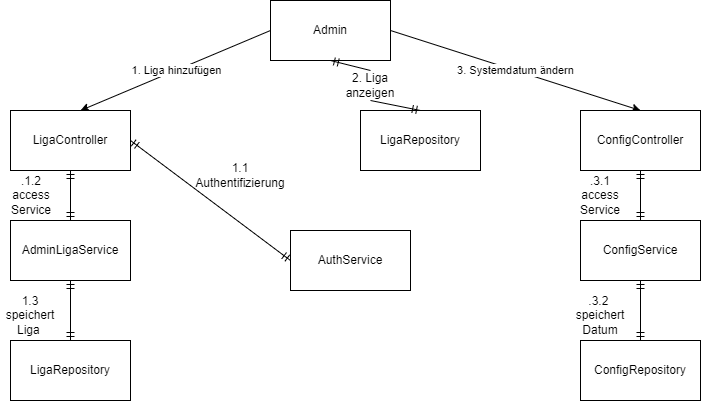
The draw.io diagram V3/Kommunikationsdiagramm_Admin.png in alexgrebe/Kicktipp_project, before a commit. Source tidied: cells renumbered, new cells last; positions are measured from the earlier drawing's top-left corner, leaving out a move shared by most shapes. The source it was exported from:
```xml
<mxGraphModel>
  <root>
    <mxCell id="0" />
    <mxCell id="1" parent="0" />
    <mxCell id="2" value="Admin" style="rounded=0;whiteSpace=wrap;html=1;" parent="1" vertex="1">
      <mxGeometry x="270" width="120" height="60" as="geometry" />
    </mxCell>
    <mxCell id="3" style="endArrow=classic;html=1;rounded=0;exitX=0;exitY=0.5;exitDx=0;exitDy=0;" parent="1" edge="1">
      <mxGeometry relative="1" as="geometry">
        <mxPoint x="270" y="30" as="sourcePoint" />
        <mxPoint x="80" y="110" as="targetPoint" />
      </mxGeometry>
    </mxCell>
    <mxCell id="4" value="1. Liga hinzufügen" style="edgeLabel;html=1;align=center;verticalAlign=middle;" parent="3" vertex="1">
      <mxGeometry relative="1" as="geometry" />
    </mxCell>
    <mxCell id="5" value="LigaController" style="rounded=0;whiteSpace=wrap;html=1;" parent="1" vertex="1">
      <mxGeometry x="10" y="110" width="120" height="60" as="geometry" />
    </mxCell>
    <mxCell id="6" value="AdminLigaService" style="rounded=0;whiteSpace=wrap;html=1;" parent="1" vertex="1">
      <mxGeometry x="10" y="220" width="120" height="60" as="geometry" />
    </mxCell>
    <mxCell id="7" value="LigaRepository" style="rounded=0;whiteSpace=wrap;html=1;" parent="1" vertex="1">
      <mxGeometry x="10" y="340" width="120" height="60" as="geometry" />
    </mxCell>
    <mxCell id="8" value="AuthService" style="rounded=0;whiteSpace=wrap;html=1;" parent="1" vertex="1">
      <mxGeometry x="290" y="230" width="120" height="60" as="geometry" />
    </mxCell>
    <mxCell id="9" style="fontSize=12;html=1;endArrow=ERmandOne;startArrow=ERmandOne;rounded=0;exitX=0.5;exitY=0;exitDx=0;exitDy=0;entryX=0.5;entryY=1;entryDx=0;entryDy=0;" parent="1" edge="1" source="7" target="6">
      <mxGeometry relative="1" as="geometry" />
    </mxCell>
    <mxCell id="10" style="fontSize=12;html=1;endArrow=ERmandOne;startArrow=ERmandOne;rounded=0;exitX=0.5;exitY=0;exitDx=0;exitDy=0;entryX=0.5;entryY=1;entryDx=0;entryDy=0;" parent="1" edge="1" source="6" target="5">
      <mxGeometry relative="1" as="geometry" />
    </mxCell>
    <mxCell id="11" style="fontSize=12;html=1;endArrow=ERmandOne;startArrow=ERmandOne;rounded=0;exitX=1;exitY=0.5;exitDx=0;exitDy=0;entryX=0;entryY=0.5;entryDx=0;entryDy=0;" parent="1" edge="1" source="5" target="8">
      <mxGeometry relative="1" as="geometry" />
    </mxCell>
    <mxCell id="12" style="endArrow=classic;html=1;rounded=0;exitX=1;exitY=0.5;exitDx=0;exitDy=0;entryX=0.5;entryY=0;entryDx=0;entryDy=0;" parent="1" edge="1" source="2" target="14">
      <mxGeometry relative="1" as="geometry" />
    </mxCell>
    <mxCell id="13" value="3. Systemdatum ändern" style="edgeLabel;html=1;align=center;verticalAlign=middle;" parent="12" vertex="1">
      <mxGeometry relative="1" as="geometry" />
    </mxCell>
    <mxCell id="14" value="ConfigController" style="rounded=0;whiteSpace=wrap;html=1;" parent="1" vertex="1">
      <mxGeometry x="580" y="110" width="120" height="60" as="geometry" />
    </mxCell>
    <mxCell id="15" value="ConfigService" style="rounded=0;whiteSpace=wrap;html=1;" parent="1" vertex="1">
      <mxGeometry x="580" y="220" width="120" height="60" as="geometry" />
    </mxCell>
    <mxCell id="16" value="ConfigRepository" style="rounded=0;whiteSpace=wrap;html=1;" parent="1" vertex="1">
      <mxGeometry x="580" y="340" width="120" height="60" as="geometry" />
    </mxCell>
    <mxCell id="17" style="fontSize=12;html=1;endArrow=ERmandOne;startArrow=ERmandOne;rounded=0;exitX=0.5;exitY=0;exitDx=0;exitDy=0;entryX=0.5;entryY=1;entryDx=0;entryDy=0;" parent="1" edge="1" source="15" target="14">
      <mxGeometry relative="1" as="geometry" />
    </mxCell>
    <mxCell id="18" style="fontSize=12;html=1;endArrow=ERmandOne;startArrow=ERmandOne;rounded=0;exitX=0.5;exitY=0;exitDx=0;exitDy=0;entryX=0.5;entryY=1;entryDx=0;entryDy=0;" parent="1" edge="1" source="16" target="15">
      <mxGeometry relative="1" as="geometry" />
    </mxCell>
    <mxCell id="19" value="LigaRepository" style="rounded=0;whiteSpace=wrap;html=1;" parent="1" vertex="1">
      <mxGeometry x="360" y="110" width="120" height="60" as="geometry" />
    </mxCell>
    <mxCell id="20" style="fontSize=12;html=1;endArrow=ERmandOne;startArrow=none;rounded=0;exitX=0.5;exitY=0;exitDx=0;exitDy=0;entryX=0.5;entryY=1;entryDx=0;entryDy=0;" parent="1" edge="1" source="24" target="2">
      <mxGeometry relative="1" as="geometry" />
    </mxCell>
    <mxCell id="21" value="1.1 Authentifizierung" style="text;html=1;strokeColor=none;fillColor=none;align=center;verticalAlign=middle;whiteSpace=wrap;rounded=0;" parent="1" vertex="1">
      <mxGeometry x="210" y="160" width="60" height="30" as="geometry" />
    </mxCell>
    <mxCell id="22" value=".1.2 access Service" style="text;html=1;strokeColor=none;fillColor=none;align=center;verticalAlign=middle;whiteSpace=wrap;rounded=0;" parent="1" vertex="1">
      <mxGeometry x="1" y="180" width="60" height="30" as="geometry" />
    </mxCell>
    <mxCell id="23" value="1.3 speichert Liga&amp;nbsp;" style="text;html=1;strokeColor=none;fillColor=none;align=center;verticalAlign=middle;whiteSpace=wrap;rounded=0;" parent="1" vertex="1">
      <mxGeometry y="300" width="60" height="30" as="geometry" />
    </mxCell>
    <mxCell id="24" value="2. Liga anzeigen" style="text;html=1;strokeColor=none;fillColor=none;align=center;verticalAlign=middle;whiteSpace=wrap;rounded=0;" parent="1" vertex="1">
      <mxGeometry x="340" y="70" width="60" height="30" as="geometry" />
    </mxCell>
    <mxCell id="25" style="fontSize=12;html=1;endArrow=none;startArrow=ERmandOne;rounded=0;exitX=0.5;exitY=0;exitDx=0;exitDy=0;entryX=0.5;entryY=1;entryDx=0;entryDy=0;" parent="1" edge="1" source="19" target="24">
      <mxGeometry relative="1" as="geometry" />
    </mxCell>
    <mxCell id="26" value=".3.1 access Service" style="text;html=1;strokeColor=none;fillColor=none;align=center;verticalAlign=middle;whiteSpace=wrap;rounded=0;" parent="1" vertex="1">
      <mxGeometry x="570" y="180" width="60" height="30" as="geometry" />
    </mxCell>
    <mxCell id="27" value=".3.2&amp;nbsp;&lt;br&gt;speichert Datum" style="text;html=1;strokeColor=none;fillColor=none;align=center;verticalAlign=middle;whiteSpace=wrap;rounded=0;" parent="1" vertex="1">
      <mxGeometry x="570" y="300" width="60" height="30" as="geometry" />
    </mxCell>
  </root>
</mxGraphModel>
```
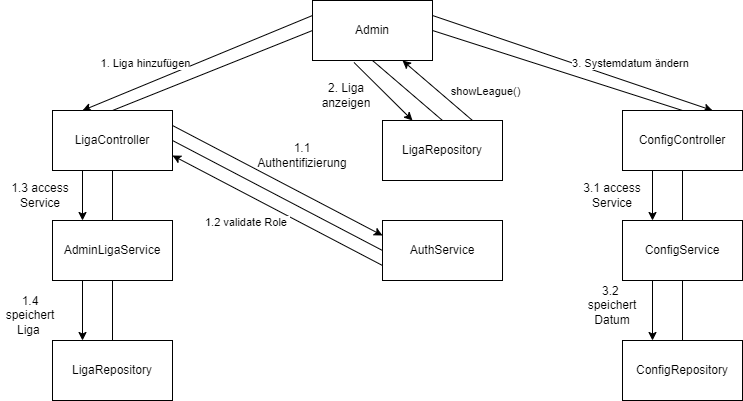
Above is the later version.

The edit, as a diff of the source:
```diff
@@ -5,14 +5,13 @@
     <mxCell id="2" value="Admin" style="rounded=0;whiteSpace=wrap;html=1;" parent="1" vertex="1">
       <mxGeometry x="270" width="120" height="60" as="geometry" />
     </mxCell>
-    <mxCell id="3" style="endArrow=classic;html=1;rounded=0;exitX=0;exitY=0.5;exitDx=0;exitDy=0;" parent="1" edge="1">
-      <mxGeometry relative="1" as="geometry">
-        <mxPoint x="270" y="30" as="sourcePoint" />
-        <mxPoint x="80" y="110" as="targetPoint" />
-      </mxGeometry>
+    <mxCell id="3" style="endArrow=classic;html=1;rounded=0;exitX=0;exitY=0.25;exitDx=0;exitDy=0;entryX=0.25;entryY=0;entryDx=0;entryDy=0;" parent="1" edge="1" source="2" target="5">
+      <mxGeometry relative="1" as="geometry" />
     </mxCell>
     <mxCell id="4" value="1. Liga hinzufügen" style="edgeLabel;html=1;align=center;verticalAlign=middle;" parent="3" vertex="1">
-      <mxGeometry relative="1" as="geometry" />
+      <mxGeometry relative="1" as="geometry">
+        <mxPoint x="-53" as="offset" />
+      </mxGeometry>
     </mxCell>
     <mxCell id="5" value="LigaController" style="rounded=0;whiteSpace=wrap;html=1;" parent="1" vertex="1">
       <mxGeometry x="10" y="110" width="120" height="60" as="geometry" />
@@ -24,22 +23,15 @@
       <mxGeometry x="10" y="340" width="120" height="60" as="geometry" />
     </mxCell>
     <mxCell id="8" value="AuthService" style="rounded=0;whiteSpace=wrap;html=1;" parent="1" vertex="1">
-      <mxGeometry x="290" y="230" width="120" height="60" as="geometry" />
+      <mxGeometry x="340" y="220" width="120" height="60" as="geometry" />
     </mxCell>
-    <mxCell id="9" style="fontSize=12;html=1;endArrow=ERmandOne;startArrow=ERmandOne;rounded=0;exitX=0.5;exitY=0;exitDx=0;exitDy=0;entryX=0.5;entryY=1;entryDx=0;entryDy=0;" parent="1" edge="1" source="7" target="6">
-      <mxGeometry relative="1" as="geometry" />
-    </mxCell>
-    <mxCell id="10" style="fontSize=12;html=1;endArrow=ERmandOne;startArrow=ERmandOne;rounded=0;exitX=0.5;exitY=0;exitDx=0;exitDy=0;entryX=0.5;entryY=1;entryDx=0;entryDy=0;" parent="1" edge="1" source="6" target="5">
-      <mxGeometry relative="1" as="geometry" />
-    </mxCell>
-    <mxCell id="11" style="fontSize=12;html=1;endArrow=ERmandOne;startArrow=ERmandOne;rounded=0;exitX=1;exitY=0.5;exitDx=0;exitDy=0;entryX=0;entryY=0.5;entryDx=0;entryDy=0;" parent="1" edge="1" source="5" target="8">
-      <mxGeometry relative="1" as="geometry" />
-    </mxCell>
-    <mxCell id="12" style="endArrow=classic;html=1;rounded=0;exitX=1;exitY=0.5;exitDx=0;exitDy=0;entryX=0.5;entryY=0;entryDx=0;entryDy=0;" parent="1" edge="1" source="2" target="14">
+    <mxCell id="12" style="endArrow=classic;html=1;rounded=0;exitX=1;exitY=0.25;exitDx=0;exitDy=0;entryX=0.75;entryY=0;entryDx=0;entryDy=0;" parent="1" edge="1" source="2" target="14">
       <mxGeometry relative="1" as="geometry" />
     </mxCell>
     <mxCell id="13" value="3. Systemdatum ändern" style="edgeLabel;html=1;align=center;verticalAlign=middle;" parent="12" vertex="1">
-      <mxGeometry relative="1" as="geometry" />
+      <mxGeometry relative="1" as="geometry">
+        <mxPoint x="57" as="offset" />
+      </mxGeometry>
     </mxCell>
     <mxCell id="14" value="ConfigController" style="rounded=0;whiteSpace=wrap;html=1;" parent="1" vertex="1">
       <mxGeometry x="580" y="110" width="120" height="60" as="geometry" />
@@ -50,38 +42,84 @@
     <mxCell id="16" value="ConfigRepository" style="rounded=0;whiteSpace=wrap;html=1;" parent="1" vertex="1">
       <mxGeometry x="580" y="340" width="120" height="60" as="geometry" />
     </mxCell>
-    <mxCell id="17" style="fontSize=12;html=1;endArrow=ERmandOne;startArrow=ERmandOne;rounded=0;exitX=0.5;exitY=0;exitDx=0;exitDy=0;entryX=0.5;entryY=1;entryDx=0;entryDy=0;" parent="1" edge="1" source="15" target="14">
-      <mxGeometry relative="1" as="geometry" />
-    </mxCell>
-    <mxCell id="18" style="fontSize=12;html=1;endArrow=ERmandOne;startArrow=ERmandOne;rounded=0;exitX=0.5;exitY=0;exitDx=0;exitDy=0;entryX=0.5;entryY=1;entryDx=0;entryDy=0;" parent="1" edge="1" source="16" target="15">
-      <mxGeometry relative="1" as="geometry" />
-    </mxCell>
     <mxCell id="19" value="LigaRepository" style="rounded=0;whiteSpace=wrap;html=1;" parent="1" vertex="1">
-      <mxGeometry x="360" y="110" width="120" height="60" as="geometry" />
+      <mxGeometry x="340" y="120" width="120" height="60" as="geometry" />
     </mxCell>
-    <mxCell id="20" style="fontSize=12;html=1;endArrow=ERmandOne;startArrow=none;rounded=0;exitX=0.5;exitY=0;exitDx=0;exitDy=0;entryX=0.5;entryY=1;entryDx=0;entryDy=0;" parent="1" edge="1" source="24" target="2">
-      <mxGeometry relative="1" as="geometry" />
-    </mxCell>
     <mxCell id="21" value="1.1 Authentifizierung" style="text;html=1;strokeColor=none;fillColor=none;align=center;verticalAlign=middle;whiteSpace=wrap;rounded=0;" parent="1" vertex="1">
-      <mxGeometry x="210" y="160" width="60" height="30" as="geometry" />
+      <mxGeometry x="230" y="140" width="60" height="30" as="geometry" />
     </mxCell>
-    <mxCell id="22" value=".1.2 access Service" style="text;html=1;strokeColor=none;fillColor=none;align=center;verticalAlign=middle;whiteSpace=wrap;rounded=0;" parent="1" vertex="1">
-      <mxGeometry x="1" y="180" width="60" height="30" as="geometry" />
+    <mxCell id="22" value="1.3 access Service" style="text;html=1;strokeColor=none;fillColor=none;align=center;verticalAlign=middle;whiteSpace=wrap;rounded=0;" parent="1" vertex="1">
+      <mxGeometry x="-32" y="180" width="60" height="30" as="geometry" />
     </mxCell>
-    <mxCell id="23" value="1.3 speichert Liga&amp;nbsp;" style="text;html=1;strokeColor=none;fillColor=none;align=center;verticalAlign=middle;whiteSpace=wrap;rounded=0;" parent="1" vertex="1">
-      <mxGeometry y="300" width="60" height="30" as="geometry" />
+    <mxCell id="23" value="1.4 speichert Liga&amp;nbsp;" style="text;html=1;strokeColor=none;fillColor=none;align=center;verticalAlign=middle;whiteSpace=wrap;rounded=0;" parent="1" vertex="1">
+      <mxGeometry x="-42" y="300" width="60" height="30" as="geometry" />
     </mxCell>
     <mxCell id="24" value="2. Liga anzeigen" style="text;html=1;strokeColor=none;fillColor=none;align=center;verticalAlign=middle;whiteSpace=wrap;rounded=0;" parent="1" vertex="1">
-      <mxGeometry x="340" y="70" width="60" height="30" as="geometry" />
+      <mxGeometry x="274" y="80" width="60" height="30" as="geometry" />
     </mxCell>
-    <mxCell id="25" style="fontSize=12;html=1;endArrow=none;startArrow=ERmandOne;rounded=0;exitX=0.5;exitY=0;exitDx=0;exitDy=0;entryX=0.5;entryY=1;entryDx=0;entryDy=0;" parent="1" edge="1" source="19" target="24">
-      <mxGeometry relative="1" as="geometry" />
-    </mxCell>
-    <mxCell id="26" value=".3.1 access Service" style="text;html=1;strokeColor=none;fillColor=none;align=center;verticalAlign=middle;whiteSpace=wrap;rounded=0;" parent="1" vertex="1">
-      <mxGeometry x="570" y="180" width="60" height="30" as="geometry" />
+    <mxCell id="26" value="3.1 access Service" style="text;html=1;strokeColor=none;fillColor=none;align=center;verticalAlign=middle;whiteSpace=wrap;rounded=0;" parent="1" vertex="1">
+      <mxGeometry x="540" y="180" width="60" height="30" as="geometry" />
     </mxCell>
-    <mxCell id="27" value=".3.2&amp;nbsp;&lt;br&gt;speichert Datum" style="text;html=1;strokeColor=none;fillColor=none;align=center;verticalAlign=middle;whiteSpace=wrap;rounded=0;" parent="1" vertex="1">
-      <mxGeometry x="570" y="300" width="60" height="30" as="geometry" />
+    <mxCell id="27" value="3.2&amp;nbsp;&lt;br&gt;speichert Datum" style="text;html=1;strokeColor=none;fillColor=none;align=center;verticalAlign=middle;whiteSpace=wrap;rounded=0;" parent="1" vertex="1">
+      <mxGeometry x="540" y="290" width="60" height="30" as="geometry" />
     </mxCell>
+    <mxCell id="28" style="endArrow=none;html=1;rounded=0;entryX=0.5;entryY=1;entryDx=0;entryDy=0;exitX=0.5;exitY=0;exitDx=0;exitDy=0;" parent="1" edge="1" source="19" target="2">
+      <mxGeometry relative="1" as="geometry" />
+    </mxCell>
+    <mxCell id="17" style="endArrow=none;html=1;rounded=0;entryX=0.5;entryY=1;entryDx=0;entryDy=0;exitX=0.5;exitY=0;exitDx=0;exitDy=0;" parent="1" edge="1" source="15" target="14">
+      <mxGeometry relative="1" as="geometry" />
+    </mxCell>
+    <mxCell id="18" style="endArrow=none;html=1;rounded=0;entryX=0.5;entryY=1;entryDx=0;entryDy=0;exitX=0.5;exitY=0;exitDx=0;exitDy=0;" parent="1" edge="1" source="16" target="15">
+      <mxGeometry relative="1" as="geometry" />
+    </mxCell>
+    <mxCell id="10" style="endArrow=none;html=1;rounded=0;entryX=0.5;entryY=1;entryDx=0;entryDy=0;exitX=0.5;exitY=0;exitDx=0;exitDy=0;" parent="1" edge="1" source="6" target="5">
+      <mxGeometry relative="1" as="geometry" />
+    </mxCell>
+    <mxCell id="9" style="endArrow=none;html=1;rounded=0;exitX=0.5;exitY=0;exitDx=0;exitDy=0;entryX=0.5;entryY=1;entryDx=0;entryDy=0;" parent="1" edge="1" source="7" target="6">
+      <mxGeometry relative="1" as="geometry" />
+    </mxCell>
+    <mxCell id="29" style="endArrow=classic;html=1;rounded=0;exitX=0.25;exitY=1;exitDx=0;exitDy=0;entryX=0.25;entryY=0;entryDx=0;entryDy=0;" parent="1" edge="1" source="5" target="6">
+      <mxGeometry relative="1" as="geometry" />
+    </mxCell>
+    <mxCell id="30" style="endArrow=none;html=1;rounded=0;exitX=0.5;exitY=0;exitDx=0;exitDy=0;entryX=0;entryY=0.5;entryDx=0;entryDy=0;" parent="1" edge="1" source="5" target="2">
+      <mxGeometry relative="1" as="geometry" />
+    </mxCell>
+    <mxCell id="31" style="endArrow=none;html=1;rounded=0;entryX=1;entryY=0.5;entryDx=0;entryDy=0;exitX=0.5;exitY=0;exitDx=0;exitDy=0;" parent="1" edge="1" source="14" target="2">
+      <mxGeometry relative="1" as="geometry" />
+    </mxCell>
+    <mxCell id="32" style="endArrow=classic;html=1;rounded=0;exitX=0.25;exitY=1;exitDx=0;exitDy=0;entryX=0.25;entryY=0;entryDx=0;entryDy=0;" parent="1" edge="1" source="6" target="7">
+      <mxGeometry relative="1" as="geometry" />
+    </mxCell>
+    <mxCell id="33" style="endArrow=classic;html=1;rounded=0;exitX=0.25;exitY=1;exitDx=0;exitDy=0;entryX=0.25;entryY=0;entryDx=0;entryDy=0;" parent="1" edge="1" source="14" target="15">
+      <mxGeometry relative="1" as="geometry" />
+    </mxCell>
+    <mxCell id="34" style="endArrow=classic;html=1;rounded=0;exitX=0.25;exitY=1;exitDx=0;exitDy=0;entryX=0.25;entryY=0;entryDx=0;entryDy=0;" parent="1" edge="1" source="15" target="16">
+      <mxGeometry relative="1" as="geometry" />
+    </mxCell>
+    <mxCell id="35" style="endArrow=none;html=1;rounded=0;exitX=1;exitY=0.5;exitDx=0;exitDy=0;entryX=0;entryY=0.5;entryDx=0;entryDy=0;" parent="1" edge="1" source="5" target="8">
+      <mxGeometry relative="1" as="geometry" />
+    </mxCell>
+    <mxCell id="36" style="endArrow=classic;html=1;rounded=0;exitX=0.346;exitY=1.033;exitDx=0;exitDy=0;exitPerimeter=0;entryX=0.25;entryY=0;entryDx=0;entryDy=0;" parent="1" edge="1" source="2" target="19">
+      <mxGeometry relative="1" as="geometry" />
+    </mxCell>
+    <mxCell id="37" style="endArrow=classic;html=1;rounded=0;exitX=0.75;exitY=0;exitDx=0;exitDy=0;entryX=0.75;entryY=1;entryDx=0;entryDy=0;" parent="1" edge="1" source="19" target="2">
+      <mxGeometry relative="1" as="geometry" />
+    </mxCell>
+    <mxCell id="38" value="showLeague()" style="edgeLabel;html=1;align=center;verticalAlign=middle;" parent="37" vertex="1">
+      <mxGeometry relative="1" as="geometry">
+        <mxPoint x="47" as="offset" />
+      </mxGeometry>
+    </mxCell>
+    <mxCell id="39" style="endArrow=classic;html=1;rounded=0;exitX=1;exitY=0.25;exitDx=0;exitDy=0;entryX=0;entryY=0.25;entryDx=0;entryDy=0;" parent="1" edge="1" source="5" target="8">
+      <mxGeometry relative="1" as="geometry" />
+    </mxCell>
+    <mxCell id="40" style="endArrow=classic;html=1;rounded=0;exitX=0;exitY=0.75;exitDx=0;exitDy=0;entryX=1;entryY=0.75;entryDx=0;entryDy=0;" parent="1" edge="1" source="8" target="5">
+      <mxGeometry relative="1" as="geometry" />
+    </mxCell>
+    <mxCell id="41" value="1.2 validate Role&amp;nbsp;" style="edgeLabel;html=1;align=center;verticalAlign=middle;" parent="40" vertex="1">
+      <mxGeometry relative="1" as="geometry">
+        <mxPoint x="-30" y="12" as="offset" />
+      </mxGeometry>
+    </mxCell>
   </root>
 </mxGraphModel>
```
